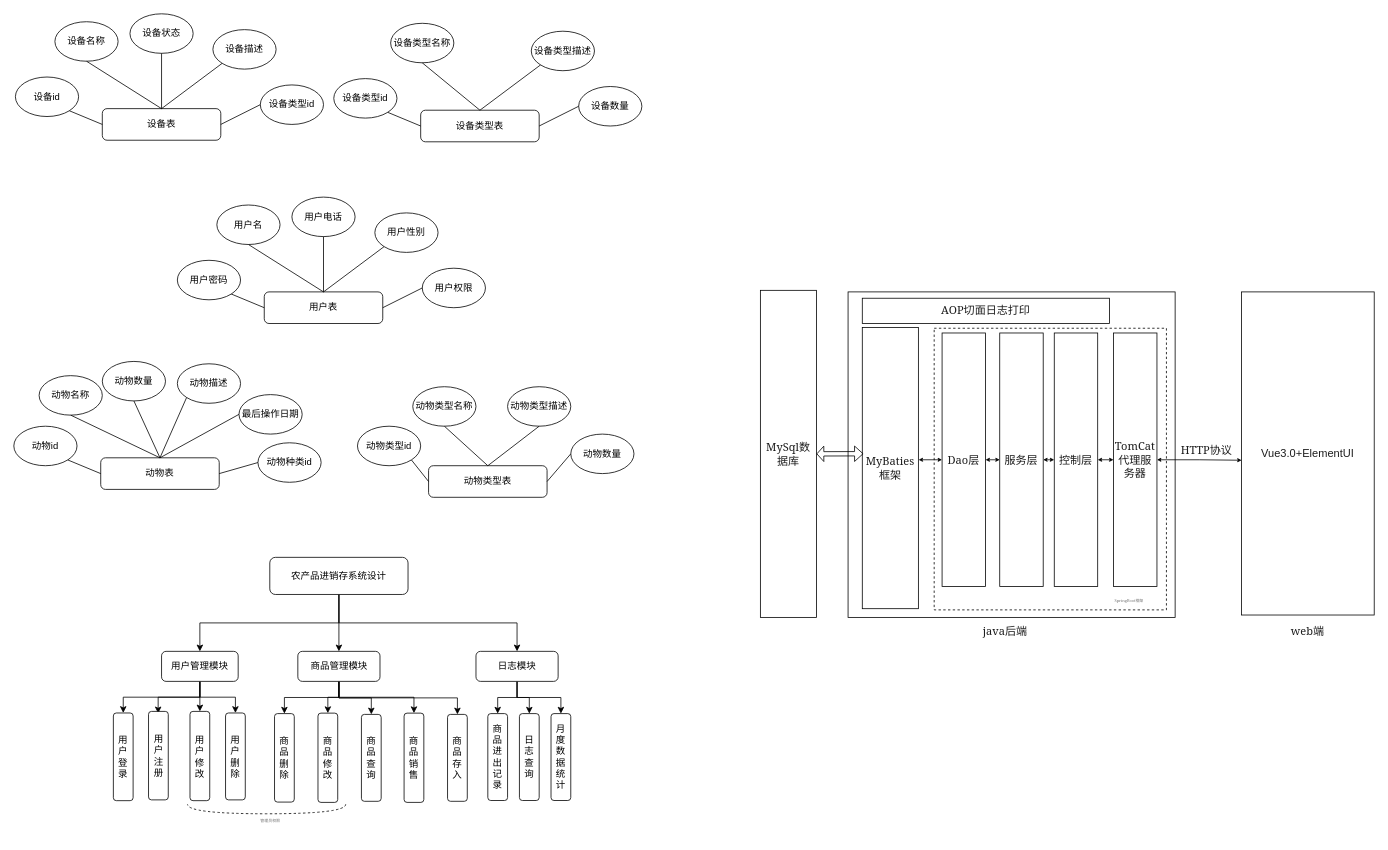
Before: 养殖场管理系统.drawio in specychicken/drawIO2, a draw.io diagram. Source tidied: cells renumbered, new cells numbered last; positions are measured from the earlier drawing's top-left corner, leaving out a move shared by most shapes. Both pictures are drawn from the tidied source at 79%, with x=0, y=0 at pixel (13, 13).
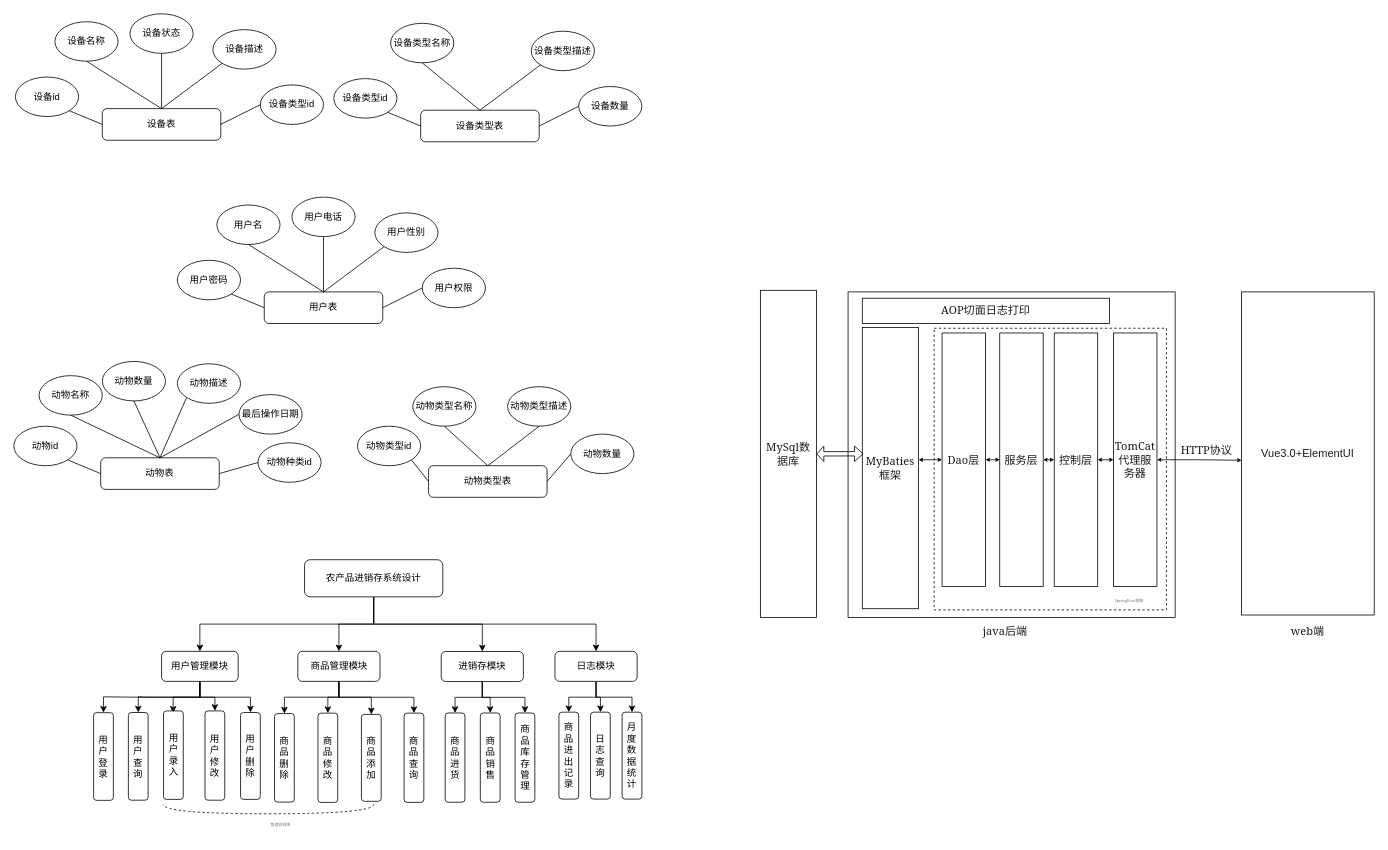
The same page after the edit.

Commit message:
更新养殖场管理系统.drawio

Unchanged cells that the change refers to:
```xml
<mxCell id="63" value="用户管理模块" style="rounded=1;whiteSpace=wrap;html=1;" parent="1" vertex="1">
  <mxGeometry x="187" y="807" width="97" height="38" as="geometry" />
</mxCell>
<mxCell id="69" value="商品管理模块" style="rounded=1;whiteSpace=wrap;html=1;" parent="1" vertex="1">
  <mxGeometry x="359.5" y="807" width="104" height="38" as="geometry" />
</mxCell>
<mxCell id="78" value="商品删除" style="rounded=1;whiteSpace=wrap;html=1;" parent="1" vertex="1">
  <mxGeometry x="330" y="885.8" width="25" height="112" as="geometry" />
</mxCell>
<mxCell id="79" value="商品修改" style="rounded=1;whiteSpace=wrap;html=1;" parent="1" vertex="1">
  <mxGeometry x="385" y="885.2" width="25" height="113" as="geometry" />
</mxCell>
```

What changed in the source:
```diff
@@
+    <mxCell id="108" style="edgeStyle=orthogonalEdgeStyle;rounded=0;jettySize=auto;html=1;exitX=0.5;exitY=1;exitDx=0;exitDy=0;entryX=0.5;entryY=0;entryDx=0;entryDy=0;" parent="1" edge="1" source="58" target="113">
+      <mxGeometry relative="1" as="geometry" />
+    </mxCell>
     <mxCell id="58" value="农产品进销存系统设计" style="rounded=1;whiteSpace=wrap;html=1;" parent="1" vertex="1">
-      <mxGeometry x="324" y="688" width="175" height="47" as="geometry" />
+      <mxGeometry x="368" y="691" width="175" height="47" as="geometry" />
     </mxCell>
@@
+    <mxCell id="109" style="edgeStyle=orthogonalEdgeStyle;rounded=0;jettySize=auto;html=1;exitX=0.5;exitY=1;exitDx=0;exitDy=0;entryX=0.5;entryY=0;entryDx=0;entryDy=0;" parent="1" edge="1" source="63" target="117">
+      <mxGeometry relative="1" as="geometry" />
+    </mxCell>
@@
     <mxCell id="64" style="edgeStyle=orthogonalEdgeStyle;rounded=0;jettySize=auto;html=1;exitX=0.5;exitY=1;exitDx=0;exitDy=0;entryX=0.5;entryY=0;entryDx=0;entryDy=0;" parent="1" edge="1" source="69" target="78">
-      <mxGeometry relative="1" as="geometry" />
+      <mxGeometry relative="1" as="geometry">
+        <Array as="points">
+          <mxPoint x="412" y="865" />
+          <mxPoint x="343" y="865" />
+        </Array>
+      </mxGeometry>
     </mxCell>
     <mxCell id="65" style="edgeStyle=orthogonalEdgeStyle;rounded=0;jettySize=auto;html=1;exitX=0.5;exitY=1;exitDx=0;exitDy=0;entryX=0.5;entryY=0;entryDx=0;entryDy=0;" parent="1" edge="1" source="69" target="79">
-      <mxGeometry relative="1" as="geometry" />
+      <mxGeometry relative="1" as="geometry">
+        <Array as="points">
+          <mxPoint x="412" y="865" />
+          <mxPoint x="398" y="865" />
+        </Array>
+      </mxGeometry>
     </mxCell>
     <mxCell id="66" style="edgeStyle=orthogonalEdgeStyle;rounded=0;jettySize=auto;html=1;exitX=0.5;exitY=1;exitDx=0;exitDy=0;entryX=0.5;entryY=0;entryDx=0;entryDy=0;" parent="1" edge="1" source="69" target="80">
-      <mxGeometry relative="1" as="geometry" />
+      <mxGeometry relative="1" as="geometry">
+        <Array as="points">
+          <mxPoint x="412" y="865" />
+          <mxPoint x="452" y="865" />
+        </Array>
+      </mxGeometry>
     </mxCell>
-    <mxCell id="67" style="edgeStyle=orthogonalEdgeStyle;rounded=0;jettySize=auto;html=1;exitX=0.5;exitY=1;exitDx=0;exitDy=0;entryX=0.5;entryY=0;entryDx=0;entryDy=0;" parent="1" edge="1" source="69" target="82">
-      <mxGeometry relative="1" as="geometry" />
-    </mxCell>
@@
+    <mxCell id="72" style="edgeStyle=orthogonalEdgeStyle;rounded=0;jettySize=auto;html=1;exitX=0.5;exitY=1;exitDx=0;exitDy=0;entryX=0.5;entryY=0;entryDx=0;entryDy=0;" parent="1" edge="1" source="73" target="85">
+      <mxGeometry relative="1" as="geometry" />
+    </mxCell>
     <mxCell id="71" style="edgeStyle=orthogonalEdgeStyle;rounded=0;jettySize=auto;html=1;exitX=0.5;exitY=1;exitDx=0;exitDy=0;entryX=0.5;entryY=0;entryDx=0;entryDy=0;" parent="1" edge="1" source="73" target="84">
-      <mxGeometry relative="1" as="geometry" />
+      <mxGeometry relative="1" as="geometry">
+        <Array as="points">
+          <mxPoint x="737" y="865" />
+          <mxPoint x="743" y="865" />
+        </Array>
+      </mxGeometry>
     </mxCell>
-    <mxCell id="72" style="edgeStyle=orthogonalEdgeStyle;rounded=0;jettySize=auto;html=1;exitX=0.5;exitY=1;exitDx=0;exitDy=0;entryX=0.5;entryY=0;entryDx=0;entryDy=0;" parent="1" edge="1" source="73" target="85">
-      <mxGeometry relative="1" as="geometry" />
-    </mxCell>
     <mxCell id="73" value="日志模块" style="rounded=1;whiteSpace=wrap;html=1;" parent="1" vertex="1">
-      <mxGeometry x="585" y="807" width="104" height="38" as="geometry" />
+      <mxGeometry x="685" y="807" width="104" height="38" as="geometry" />
     </mxCell>
-    <mxCell id="74" value="用户注册" style="rounded=1;whiteSpace=wrap;html=1;" parent="1" vertex="1">
-      <mxGeometry x="170.5" y="883" width="25" height="112" as="geometry" />
+    <mxCell id="74" value="用户录入" style="rounded=1;whiteSpace=wrap;html=1;" parent="1" vertex="1">
+      <mxGeometry x="189.5" y="882.4" width="25" height="112" as="geometry" />
     </mxCell>
-    <mxCell id="75" value="用户登录" style="rounded=1;whiteSpace=wrap;html=1;" parent="1" vertex="1">
-      <mxGeometry x="126" y="885" width="25" height="111" as="geometry" />
+    <mxCell id="75" value="用户查询" style="rounded=1;whiteSpace=wrap;html=1;" parent="1" vertex="1">
+      <mxGeometry x="145" y="884.4" width="25" height="111" as="geometry" />
     </mxCell>
     <mxCell id="76" value="用户修改" style="rounded=1;whiteSpace=wrap;html=1;" parent="1" vertex="1">
-      <mxGeometry x="223" y="883" width="25" height="113" as="geometry" />
+      <mxGeometry x="242" y="882.4" width="25" height="113" as="geometry" />
     </mxCell>
     <mxCell id="77" value="用户删除" style="rounded=1;whiteSpace=wrap;html=1;" parent="1" vertex="1">
-      <mxGeometry x="268" y="885" width="25" height="110" as="geometry" />
+      <mxGeometry x="287" y="884.4" width="25" height="110" as="geometry" />
     </mxCell>
@@
-    <mxCell id="80" value="商品查询" style="rounded=1;whiteSpace=wrap;html=1;" parent="1" vertex="1">
+    <mxCell id="80" value="商品添加" style="rounded=1;whiteSpace=wrap;html=1;" parent="1" vertex="1">
       <mxGeometry x="440" y="886.8" width="25" height="110" as="geometry" />
     </mxCell>
-    <mxCell id="81" value="商品销售" style="rounded=1;whiteSpace=wrap;html=1;" parent="1" vertex="1">
+    <mxCell id="81" value="商品查询" style="rounded=1;whiteSpace=wrap;html=1;" parent="1" vertex="1">
       <mxGeometry x="494" y="885.2" width="25" height="113" as="geometry" />
     </mxCell>
-    <mxCell id="82" value="商品存入" style="rounded=1;whiteSpace=wrap;html=1;" parent="1" vertex="1">
-      <mxGeometry x="549" y="886.8" width="25" height="110" as="geometry" />
-    </mxCell>
     <mxCell id="83" value="商品进出记录" style="rounded=1;whiteSpace=wrap;html=1;" parent="1" vertex="1">
-      <mxGeometry x="600" y="885.8" width="25" height="110" as="geometry" />
+      <mxGeometry x="690" y="884" width="25" height="110" as="geometry" />
     </mxCell>
     <mxCell id="84" value="日志查询" style="rounded=1;whiteSpace=wrap;html=1;" parent="1" vertex="1">
-      <mxGeometry x="640" y="885.8" width="25" height="110" as="geometry" />
+      <mxGeometry x="730" y="884" width="25" height="110" as="geometry" />
     </mxCell>
     <mxCell id="85" value="月度数据统计" style="rounded=1;whiteSpace=wrap;html=1;" parent="1" vertex="1">
-      <mxGeometry x="680" y="885.8" width="25" height="110" as="geometry" />
+      <mxGeometry x="770" y="884" width="25" height="110" as="geometry" />
     </mxCell>
     <mxCell id="86" style="shape=requiredInterface;html=1;verticalLabelPosition=bottom;sketch=0;rotation=90;dashed=1;" parent="1" vertex="1">
-      <mxGeometry x="314" y="906.5" width="12" height="200.2" as="geometry" />
+      <mxGeometry x="316.5" y="873.5" width="12" height="266.2" as="geometry" />
     </mxCell>
     <mxCell id="87" value="&lt;pre style=&quot;font-size: 5px;&quot;&gt;&lt;font face=&quot;Georgia&quot; style=&quot;font-size: 5px; line-height: 0.9;&quot;&gt;管理员权限&lt;/font&gt;&lt;/pre&gt;" style="text;html=1;strokeColor=none;fillColor=none;align=center;verticalAlign=middle;whiteSpace=wrap;rounded=0;dashed=1;opacity=0;fontSize=5;textDirection=ltr;fontColor=#757575;" parent="1" vertex="1">
-      <mxGeometry x="277" y="1007" width="96" height="30" as="geometry" />
+      <mxGeometry x="289.8" y="1011" width="96" height="30" as="geometry" />
     </mxCell>
@@
+    <mxCell id="110" style="edgeStyle=orthogonalEdgeStyle;rounded=0;jettySize=auto;html=1;exitX=0.5;exitY=1;exitDx=0;exitDy=0;entryX=0.5;entryY=0;entryDx=0;entryDy=0;" parent="1" edge="1" source="113" target="115">
+      <mxGeometry relative="1" as="geometry" />
+    </mxCell>
+    <mxCell id="111" style="edgeStyle=orthogonalEdgeStyle;rounded=0;jettySize=auto;html=1;exitX=0.5;exitY=1;exitDx=0;exitDy=0;entryX=0.5;entryY=0;entryDx=0;entryDy=0;" parent="1" edge="1" source="113" target="116">
+      <mxGeometry relative="1" as="geometry" />
+    </mxCell>
+    <mxCell id="112" style="edgeStyle=orthogonalEdgeStyle;rounded=0;jettySize=auto;html=1;exitX=0.5;exitY=1;exitDx=0;exitDy=0;entryX=0.5;entryY=0;entryDx=0;entryDy=0;" parent="1" edge="1" source="113" target="114">
+      <mxGeometry relative="1" as="geometry" />
+    </mxCell>
+    <mxCell id="113" value="进销存模块" style="rounded=1;whiteSpace=wrap;html=1;" parent="1" vertex="1">
+      <mxGeometry x="541" y="807.2" width="104" height="38" as="geometry" />
+    </mxCell>
+    <mxCell id="114" value="商品库存管理" style="rounded=1;whiteSpace=wrap;html=1;" parent="1" vertex="1">
+      <mxGeometry x="634.5" y="885" width="25" height="113" as="geometry" />
+    </mxCell>
+    <mxCell id="115" value="商品进货" style="rounded=1;whiteSpace=wrap;html=1;" parent="1" vertex="1">
+      <mxGeometry x="546" y="885" width="25" height="113" as="geometry" />
+    </mxCell>
+    <mxCell id="116" value="商品销售" style="rounded=1;whiteSpace=wrap;html=1;" parent="1" vertex="1">
+      <mxGeometry x="590.5" y="885" width="25" height="113" as="geometry" />
+    </mxCell>
+    <mxCell id="117" value="用户登录" style="rounded=1;whiteSpace=wrap;html=1;" parent="1" vertex="1">
+      <mxGeometry x="101" y="884.6" width="25" height="111" as="geometry" />
+    </mxCell>
```
